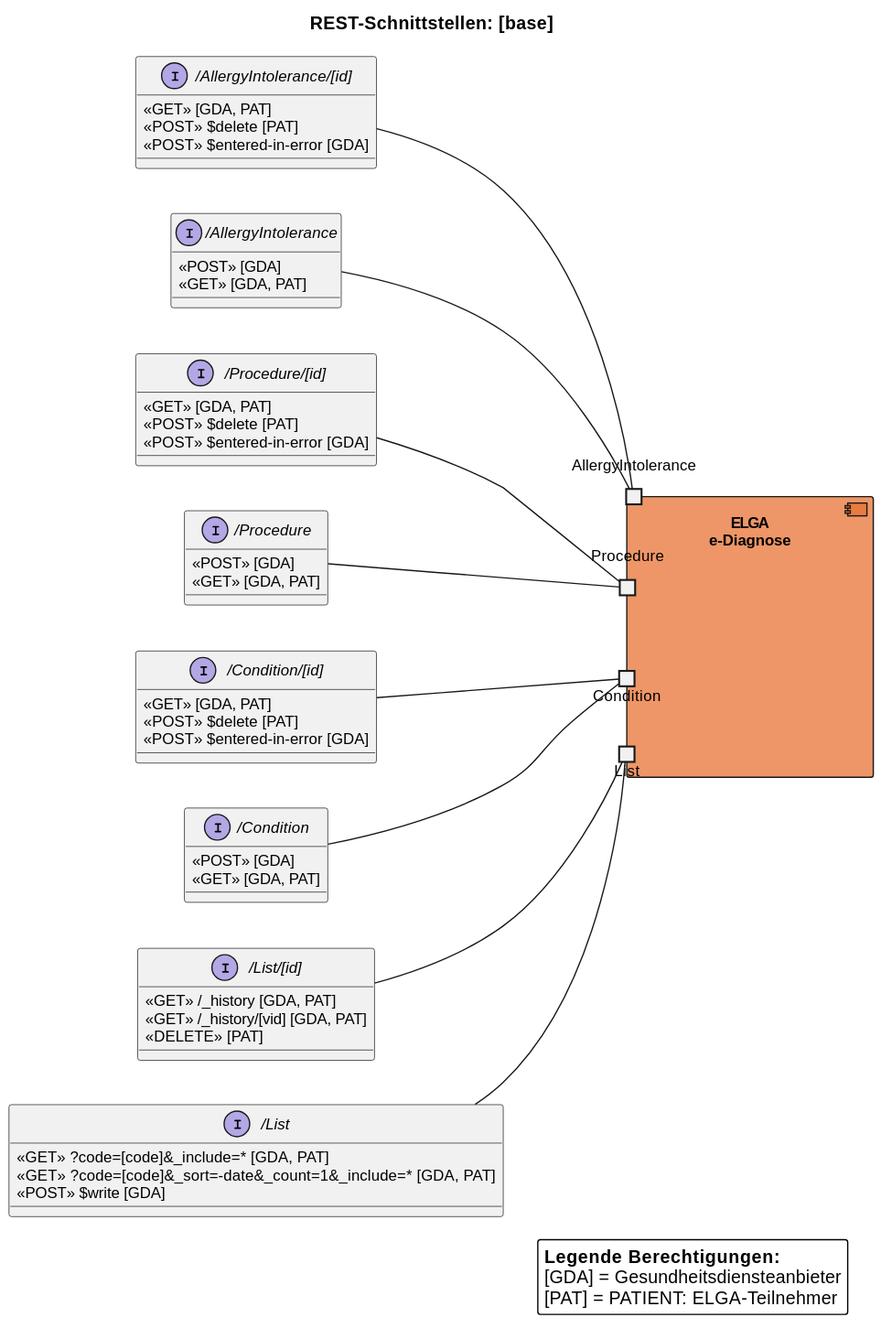
Earlier version of the PlantUML export r4-ELGA-e-Diagnose-main/en/plantuml/interaction_overview.svg (HL7Austria/hl7austria.github.io).
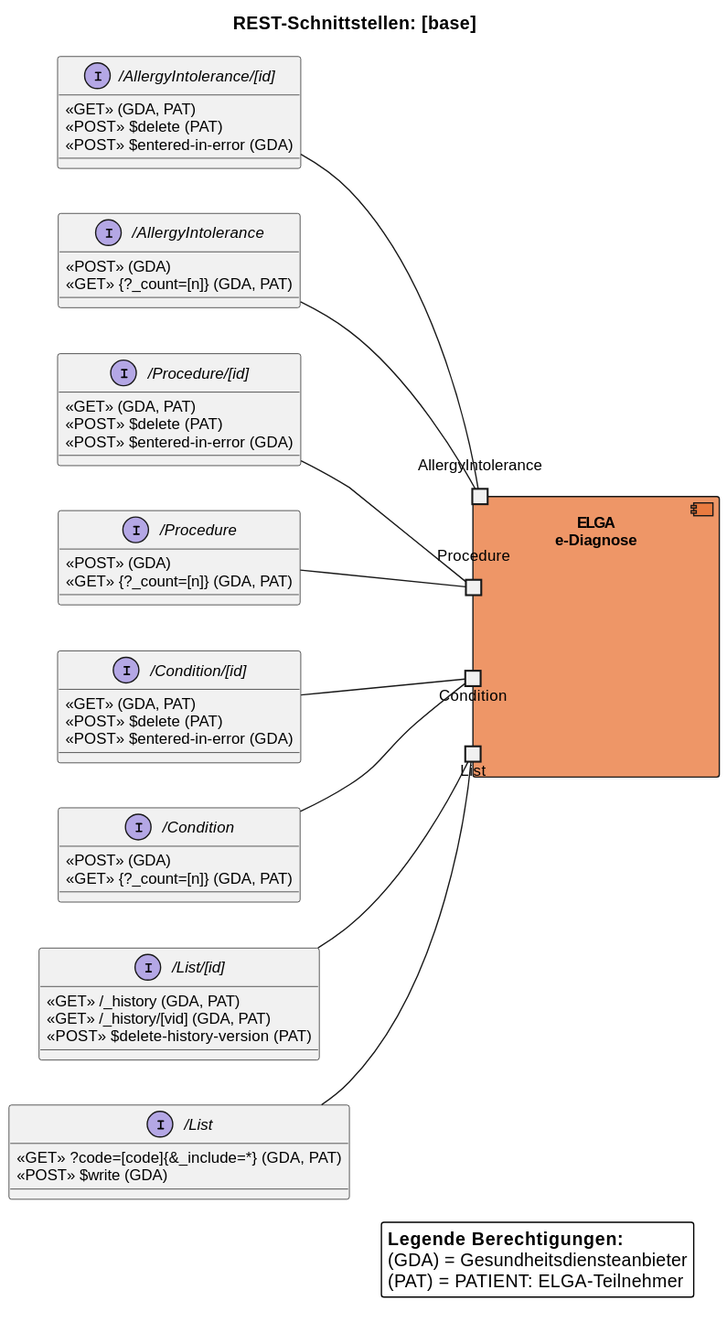
Later version of the same file.

Change to the diagram source:
```diff
@@ -30,48 +30,47 @@
 
 
 interface "/List" as List_type {
-  «GET» ?code=[code]&_include=* [GDA, PAT]
-  «GET» ?code=[code]&_sort=-date&_count=1&_include=* [GDA, PAT]
-  «POST» $write [GDA]
+  {field} «GET» ?code=[code]{&_include=*} (GDA, PAT)
+  {field} «POST» $write (GDA)
 }
 
 interface "/List/[id]" as List_instance {
-  «GET» /_history [GDA, PAT]
-  «GET» /_history/[vid] [GDA, PAT]
-  «DELETE» [PAT]
+  {field} «GET» /_history (GDA, PAT)
+  {field} «GET» /_history/[vid] (GDA, PAT)
+  {field} «POST» $delete-history-version (PAT)
 }
 
 interface "/Condition/[id]" as ICondition_instance {
-  «GET» [GDA, PAT]
-  «POST» $delete [PAT]
-  «POST» $entered-in-error [GDA]
+  {field} «GET» (GDA, PAT)
+  {field} «POST» $delete (PAT)
+  {field} «POST» $entered-in-error (GDA)
 }
 
 interface "/Condition" as ICondition_type {
-  «POST» [GDA]
-  «GET» [GDA, PAT]
+  {field} «POST» (GDA)
+  {field} «GET» {?_count=[n]} (GDA, PAT)
 }
 
 interface "/Procedure/[id]" as IProcedure_instance {
-  «GET» [GDA, PAT]
-  «POST» $delete [PAT]
-  «POST» $entered-in-error [GDA]
+  {field} «GET» (GDA, PAT)
+  {field} «POST» $delete (PAT)
+  {field} «POST» $entered-in-error (GDA)
 }
 
 interface "/Procedure" as IProcedure_type {
-  «POST» [GDA]
-  «GET» [GDA, PAT]
+  {field} «POST» (GDA)
+  {field} «GET» {?_count=[n]} (GDA, PAT)
 }
 
 interface "/AllergyIntolerance/[id]" as IAllergyIntolerance_instance {
-  «GET» [GDA, PAT]
-  «POST» $delete [PAT]
-  «POST» $entered-in-error [GDA]
+  {field} «GET» (GDA, PAT)
+  {field} «POST» $delete (PAT)
+  {field} «POST» $entered-in-error (GDA)
 }
 
 interface "/AllergyIntolerance" as IAllergyIntolerance_type {
-  «POST» [GDA]
-  «GET» [GDA, PAT]
+  {field} «POST» (GDA)
+  {field} «GET» {?_count=[n]} (GDA, PAT)
 }
 
 
@@ -93,7 +92,7 @@
 
 legend right
   **Legende Berechtigungen:**
-  [GDA] = Gesundheitsdiensteanbieter
-  [PAT] = PATIENT: ELGA-Teilnehmer
+  (GDA) = Gesundheitsdiensteanbieter
+  (PAT) = PATIENT: ELGA-Teilnehmer
 end legend
 @enduml
```
